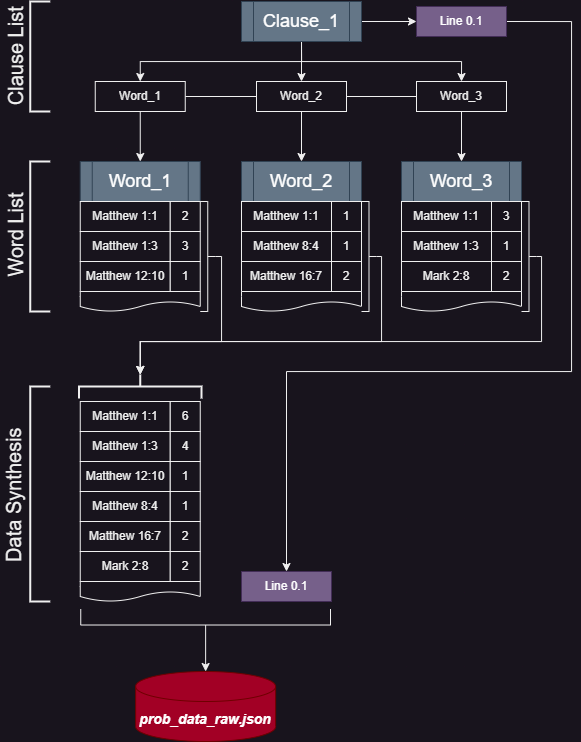
Above: media/prob_data_synthesis.png in TheJellyDonuts/Scripture-Quotation-Identification (draw.io), before the change. Source tidied: cells renumbered, new cells last; positions are measured from the earlier drawing's top-left corner, leaving out a move shared by most shapes. The source it was exported from:
```xml
<mxGraphModel>
  <root>
    <mxCell id="0" />
    <mxCell id="1" parent="0" />
    <mxCell id="2" value="Word_1" style="shape=process;whiteSpace=wrap;html=1;backgroundOutline=1;fontSize=18;fillColor=#647687;fontColor=#ffffff;strokeColor=#314354;" parent="1" vertex="1">
      <mxGeometry x="175.8" y="160" width="120" height="40" as="geometry" />
    </mxCell>
    <mxCell id="3" value="Matthew 1:1" style="rounded=0;whiteSpace=wrap;html=1;" parent="1" vertex="1">
      <mxGeometry x="175.8" y="200" width="90" height="30" as="geometry" />
    </mxCell>
    <mxCell id="4" value="2" style="rounded=0;whiteSpace=wrap;html=1;" parent="1" vertex="1">
      <mxGeometry x="265.8" y="200" width="30" height="30" as="geometry" />
    </mxCell>
    <mxCell id="5" value="Matthew 1:3" style="rounded=0;whiteSpace=wrap;html=1;" parent="1" vertex="1">
      <mxGeometry x="175.8" y="230" width="90" height="30" as="geometry" />
    </mxCell>
    <mxCell id="6" value="3" style="rounded=0;whiteSpace=wrap;html=1;" parent="1" vertex="1">
      <mxGeometry x="265.8" y="230" width="30" height="30" as="geometry" />
    </mxCell>
    <mxCell id="7" value="Matthew 12:10" style="rounded=0;whiteSpace=wrap;html=1;" parent="1" vertex="1">
      <mxGeometry x="175.8" y="260" width="90" height="30" as="geometry" />
    </mxCell>
    <mxCell id="8" value="1" style="rounded=0;whiteSpace=wrap;html=1;" parent="1" vertex="1">
      <mxGeometry x="265.8" y="260" width="30" height="30" as="geometry" />
    </mxCell>
    <mxCell id="9" style="shape=document;whiteSpace=wrap;html=1;boundedLbl=1;size=0.5;" parent="1" vertex="1">
      <mxGeometry x="175.8" y="290" width="120" height="20" as="geometry" />
    </mxCell>
    <mxCell id="10" value="Word_2" style="shape=process;whiteSpace=wrap;html=1;backgroundOutline=1;fontSize=18;fillColor=#647687;fontColor=#ffffff;strokeColor=#314354;" parent="1" vertex="1">
      <mxGeometry x="337" y="160" width="120" height="40" as="geometry" />
    </mxCell>
    <mxCell id="11" value="Matthew 1:1" style="rounded=0;whiteSpace=wrap;html=1;" parent="1" vertex="1">
      <mxGeometry x="337" y="200" width="90" height="30" as="geometry" />
    </mxCell>
    <mxCell id="12" value="1" style="rounded=0;whiteSpace=wrap;html=1;" parent="1" vertex="1">
      <mxGeometry x="427" y="200" width="30" height="30" as="geometry" />
    </mxCell>
    <mxCell id="13" value="Matthew 8:4" style="rounded=0;whiteSpace=wrap;html=1;" parent="1" vertex="1">
      <mxGeometry x="337" y="230" width="90" height="30" as="geometry" />
    </mxCell>
    <mxCell id="14" value="1" style="rounded=0;whiteSpace=wrap;html=1;" parent="1" vertex="1">
      <mxGeometry x="427" y="230" width="30" height="30" as="geometry" />
    </mxCell>
    <mxCell id="15" value="Matthew 16:7" style="rounded=0;whiteSpace=wrap;html=1;" parent="1" vertex="1">
      <mxGeometry x="337" y="260" width="90" height="30" as="geometry" />
    </mxCell>
    <mxCell id="16" value="2" style="rounded=0;whiteSpace=wrap;html=1;" parent="1" vertex="1">
      <mxGeometry x="427" y="260" width="30" height="30" as="geometry" />
    </mxCell>
    <mxCell id="17" style="shape=document;whiteSpace=wrap;html=1;boundedLbl=1;size=0.5;" parent="1" vertex="1">
      <mxGeometry x="337" y="290" width="120" height="20" as="geometry" />
    </mxCell>
    <mxCell id="18" value="Word_3" style="shape=process;whiteSpace=wrap;html=1;backgroundOutline=1;fontSize=18;fillColor=#647687;fontColor=#ffffff;strokeColor=#314354;" parent="1" vertex="1">
      <mxGeometry x="497" y="160" width="120" height="40" as="geometry" />
    </mxCell>
    <mxCell id="19" value="Matthew 1:1" style="rounded=0;whiteSpace=wrap;html=1;" parent="1" vertex="1">
      <mxGeometry x="497" y="200" width="90" height="30" as="geometry" />
    </mxCell>
    <mxCell id="20" value="3" style="rounded=0;whiteSpace=wrap;html=1;" parent="1" vertex="1">
      <mxGeometry x="587" y="200" width="30" height="30" as="geometry" />
    </mxCell>
    <mxCell id="21" value="Matthew 1:3" style="rounded=0;whiteSpace=wrap;html=1;" parent="1" vertex="1">
      <mxGeometry x="497" y="230" width="90" height="30" as="geometry" />
    </mxCell>
    <mxCell id="22" value="1" style="rounded=0;whiteSpace=wrap;html=1;" parent="1" vertex="1">
      <mxGeometry x="587" y="230" width="30" height="30" as="geometry" />
    </mxCell>
    <mxCell id="23" value="Mark 2:8" style="rounded=0;whiteSpace=wrap;html=1;" parent="1" vertex="1">
      <mxGeometry x="497" y="260" width="90" height="30" as="geometry" />
    </mxCell>
    <mxCell id="24" value="2" style="rounded=0;whiteSpace=wrap;html=1;" parent="1" vertex="1">
      <mxGeometry x="587" y="260" width="30" height="30" as="geometry" />
    </mxCell>
    <mxCell id="25" style="shape=document;whiteSpace=wrap;html=1;boundedLbl=1;size=0.5;" parent="1" vertex="1">
      <mxGeometry x="497" y="290" width="120" height="20" as="geometry" />
    </mxCell>
    <mxCell id="26" style="edgeStyle=orthogonalEdgeStyle;rounded=0;jettySize=auto;html=1;exitX=1;exitY=0.5;exitDx=0;exitDy=0;entryX=0.5;entryY=0;entryDx=0;entryDy=0;" parent="1" edge="1" source="27" target="65">
      <mxGeometry relative="1" as="geometry">
        <Array as="points">
          <mxPoint x="667" y="20" />
          <mxPoint x="667" y="370" />
          <mxPoint x="382" y="370" />
        </Array>
      </mxGeometry>
    </mxCell>
    <mxCell id="27" value="Line 0.1" style="rounded=0;whiteSpace=wrap;html=1;fillColor=#76608a;fontColor=#ffffff;strokeColor=#432D57;" parent="1" vertex="1">
      <mxGeometry x="512" y="5" width="90" height="30" as="geometry" />
    </mxCell>
    <mxCell id="28" style="edgeStyle=orthogonalEdgeStyle;rounded=0;jettySize=auto;html=1;exitX=1;exitY=0.5;exitDx=0;exitDy=0;entryX=0;entryY=0.5;entryDx=0;entryDy=0;" parent="1" edge="1" source="32" target="27">
      <mxGeometry relative="1" as="geometry" />
    </mxCell>
    <mxCell id="29" style="edgeStyle=orthogonalEdgeStyle;rounded=0;jettySize=auto;html=1;exitX=0.5;exitY=1;exitDx=0;exitDy=0;entryX=0.5;entryY=0;entryDx=0;entryDy=0;" parent="1" edge="1" source="32" target="35">
      <mxGeometry relative="1" as="geometry" />
    </mxCell>
    <mxCell id="30" style="edgeStyle=orthogonalEdgeStyle;rounded=0;jettySize=auto;html=1;exitX=0.5;exitY=1;exitDx=0;exitDy=0;entryX=0.5;entryY=0;entryDx=0;entryDy=0;" parent="1" edge="1" source="32" target="38">
      <mxGeometry relative="1" as="geometry" />
    </mxCell>
    <mxCell id="31" style="edgeStyle=orthogonalEdgeStyle;rounded=0;jettySize=auto;html=1;exitX=0.5;exitY=1;exitDx=0;exitDy=0;entryX=0.5;entryY=0;entryDx=0;entryDy=0;" parent="1" edge="1" source="32" target="40">
      <mxGeometry relative="1" as="geometry" />
    </mxCell>
    <mxCell id="32" value="Clause_1" style="shape=process;whiteSpace=wrap;html=1;backgroundOutline=1;fontSize=18;fillColor=#647687;fontColor=#ffffff;strokeColor=#314354;" parent="1" vertex="1">
      <mxGeometry x="337" width="120" height="40" as="geometry" />
    </mxCell>
    <mxCell id="33" style="edgeStyle=orthogonalEdgeStyle;rounded=0;jettySize=auto;html=1;exitX=0.5;exitY=1;exitDx=0;exitDy=0;entryX=0.5;entryY=0;entryDx=0;entryDy=0;" parent="1" edge="1" source="35" target="2">
      <mxGeometry relative="1" as="geometry" />
    </mxCell>
    <mxCell id="34" style="edgeStyle=orthogonalEdgeStyle;rounded=0;jettySize=auto;html=1;exitX=1;exitY=0.5;exitDx=0;exitDy=0;entryX=0;entryY=0.5;entryDx=0;entryDy=0;endArrow=none;endFill=0;" parent="1" edge="1" source="35" target="38">
      <mxGeometry relative="1" as="geometry" />
    </mxCell>
    <mxCell id="35" value="Word_1" style="rounded=0;whiteSpace=wrap;html=1;" parent="1" vertex="1">
      <mxGeometry x="190.8" y="80" width="90" height="30" as="geometry" />
    </mxCell>
    <mxCell id="36" style="edgeStyle=orthogonalEdgeStyle;rounded=0;jettySize=auto;html=1;exitX=0.5;exitY=1;exitDx=0;exitDy=0;entryX=0.5;entryY=0;entryDx=0;entryDy=0;" parent="1" edge="1" source="38" target="10">
      <mxGeometry relative="1" as="geometry" />
    </mxCell>
    <mxCell id="37" style="edgeStyle=orthogonalEdgeStyle;rounded=0;jettySize=auto;html=1;exitX=1;exitY=0.5;exitDx=0;exitDy=0;entryX=0;entryY=0.5;entryDx=0;entryDy=0;endArrow=none;endFill=0;" parent="1" edge="1" source="38" target="40">
      <mxGeometry relative="1" as="geometry" />
    </mxCell>
    <mxCell id="38" value="Word_2" style="rounded=0;whiteSpace=wrap;html=1;" parent="1" vertex="1">
      <mxGeometry x="352" y="80" width="90" height="30" as="geometry" />
    </mxCell>
    <mxCell id="39" style="edgeStyle=orthogonalEdgeStyle;rounded=0;jettySize=auto;html=1;exitX=0.5;exitY=1;exitDx=0;exitDy=0;entryX=0.5;entryY=0;entryDx=0;entryDy=0;" parent="1" edge="1" source="40" target="18">
      <mxGeometry relative="1" as="geometry" />
    </mxCell>
    <mxCell id="40" value="Word_3" style="rounded=0;whiteSpace=wrap;html=1;" parent="1" vertex="1">
      <mxGeometry x="512" y="80" width="90" height="30" as="geometry" />
    </mxCell>
    <mxCell id="41" style="strokeWidth=2;html=1;shape=mxgraph.flowchart.annotation_1;align=left;" parent="1" vertex="1">
      <mxGeometry x="125.8" width="20" height="110" as="geometry" />
    </mxCell>
    <mxCell id="42" value="Clause List" style="text;html=1;strokeColor=none;fillColor=none;align=center;verticalAlign=middle;whiteSpace=wrap;rounded=0;rotation=-90;fontSize=20;" parent="1" vertex="1">
      <mxGeometry x="55.8" y="40" width="110" height="30" as="geometry" />
    </mxCell>
    <mxCell id="43" style="strokeWidth=2;html=1;shape=mxgraph.flowchart.annotation_1;align=left;" parent="1" vertex="1">
      <mxGeometry x="125.8" y="160" width="20" height="150" as="geometry" />
    </mxCell>
    <mxCell id="44" value="Word List" style="text;html=1;strokeColor=none;fillColor=none;align=center;verticalAlign=middle;whiteSpace=wrap;rounded=0;rotation=-90;fontSize=20;" parent="1" vertex="1">
      <mxGeometry x="37" y="218.8" width="147.5" height="30" as="geometry" />
    </mxCell>
    <mxCell id="45" style="edgeStyle=orthogonalEdgeStyle;rounded=0;jettySize=auto;html=1;exitX=0;exitY=0.5;exitDx=0;exitDy=0;exitPerimeter=0;entryX=0;entryY=0.5;entryDx=0;entryDy=0;entryPerimeter=0;" parent="1" edge="1" source="46" target="64">
      <mxGeometry relative="1" as="geometry">
        <Array as="points">
          <mxPoint x="317" y="255" />
          <mxPoint x="317" y="340" />
          <mxPoint x="236" y="340" />
        </Array>
      </mxGeometry>
    </mxCell>
    <mxCell id="46" style="strokeWidth=1;html=1;shape=mxgraph.flowchart.annotation_2;align=left;labelPosition=right;rotation=-180;" parent="1" vertex="1">
      <mxGeometry x="295.8" y="200" width="15" height="110" as="geometry" />
    </mxCell>
    <mxCell id="47" style="edgeStyle=orthogonalEdgeStyle;rounded=0;jettySize=auto;html=1;exitX=0;exitY=0.5;exitDx=0;exitDy=0;exitPerimeter=0;entryX=0;entryY=0.5;entryDx=0;entryDy=0;entryPerimeter=0;" parent="1" edge="1" source="48" target="64">
      <mxGeometry relative="1" as="geometry">
        <Array as="points">
          <mxPoint x="477" y="255" />
          <mxPoint x="477" y="340" />
          <mxPoint x="236" y="340" />
        </Array>
      </mxGeometry>
    </mxCell>
    <mxCell id="48" style="strokeWidth=1;html=1;shape=mxgraph.flowchart.annotation_2;align=left;labelPosition=right;rotation=-180;" parent="1" vertex="1">
      <mxGeometry x="457" y="200" width="15" height="110" as="geometry" />
    </mxCell>
    <mxCell id="49" style="edgeStyle=orthogonalEdgeStyle;rounded=0;jettySize=auto;html=1;exitX=0;exitY=0.5;exitDx=0;exitDy=0;exitPerimeter=0;entryX=0;entryY=0.5;entryDx=0;entryDy=0;entryPerimeter=0;" parent="1" edge="1" source="50" target="64">
      <mxGeometry relative="1" as="geometry">
        <Array as="points">
          <mxPoint x="637" y="255" />
          <mxPoint x="637" y="340" />
          <mxPoint x="236" y="340" />
        </Array>
      </mxGeometry>
    </mxCell>
    <mxCell id="50" style="strokeWidth=1;html=1;shape=mxgraph.flowchart.annotation_2;align=left;labelPosition=right;rotation=-180;" parent="1" vertex="1">
      <mxGeometry x="617" y="200" width="15" height="110" as="geometry" />
    </mxCell>
    <mxCell id="51" value="Matthew 1:1" style="rounded=0;whiteSpace=wrap;html=1;" parent="1" vertex="1">
      <mxGeometry x="175.8" y="400" width="90" height="30" as="geometry" />
    </mxCell>
    <mxCell id="52" value="6" style="rounded=0;whiteSpace=wrap;html=1;" parent="1" vertex="1">
      <mxGeometry x="265.8" y="400" width="30" height="30" as="geometry" />
    </mxCell>
    <mxCell id="53" value="Matthew 1:3" style="rounded=0;whiteSpace=wrap;html=1;" parent="1" vertex="1">
      <mxGeometry x="175.8" y="430" width="90" height="30" as="geometry" />
    </mxCell>
    <mxCell id="54" value="4" style="rounded=0;whiteSpace=wrap;html=1;" parent="1" vertex="1">
      <mxGeometry x="265.8" y="430" width="30" height="30" as="geometry" />
    </mxCell>
    <mxCell id="55" value="Matthew 12:10" style="rounded=0;whiteSpace=wrap;html=1;" parent="1" vertex="1">
      <mxGeometry x="175.8" y="460" width="90" height="30" as="geometry" />
    </mxCell>
    <mxCell id="56" value="1" style="rounded=0;whiteSpace=wrap;html=1;" parent="1" vertex="1">
      <mxGeometry x="265.8" y="460" width="30" height="30" as="geometry" />
    </mxCell>
    <mxCell id="57" value="Matthew 8:4" style="rounded=0;whiteSpace=wrap;html=1;" parent="1" vertex="1">
      <mxGeometry x="175.8" y="490" width="90" height="30" as="geometry" />
    </mxCell>
    <mxCell id="58" value="1" style="rounded=0;whiteSpace=wrap;html=1;" parent="1" vertex="1">
      <mxGeometry x="265.8" y="490" width="30" height="30" as="geometry" />
    </mxCell>
    <mxCell id="59" value="Matthew 16:7" style="rounded=0;whiteSpace=wrap;html=1;" parent="1" vertex="1">
      <mxGeometry x="175.8" y="520" width="90" height="30" as="geometry" />
    </mxCell>
    <mxCell id="60" value="2" style="rounded=0;whiteSpace=wrap;html=1;" parent="1" vertex="1">
      <mxGeometry x="265.8" y="520" width="30" height="30" as="geometry" />
    </mxCell>
    <mxCell id="61" value="Mark 2:8" style="rounded=0;whiteSpace=wrap;html=1;" parent="1" vertex="1">
      <mxGeometry x="175.8" y="550" width="90" height="30" as="geometry" />
    </mxCell>
    <mxCell id="62" value="2" style="rounded=0;whiteSpace=wrap;html=1;" parent="1" vertex="1">
      <mxGeometry x="265.8" y="550" width="30" height="30" as="geometry" />
    </mxCell>
    <mxCell id="63" style="shape=document;whiteSpace=wrap;html=1;boundedLbl=1;size=0.5;" parent="1" vertex="1">
      <mxGeometry x="175.8" y="580" width="120" height="20" as="geometry" />
    </mxCell>
    <mxCell id="64" style="strokeWidth=2;html=1;shape=mxgraph.flowchart.annotation_2;align=left;labelPosition=right;rotation=90;" parent="1" vertex="1">
      <mxGeometry x="223.8" y="323.8" width="24" height="122.5" as="geometry" />
    </mxCell>
    <mxCell id="65" value="Line 0.1" style="rounded=0;whiteSpace=wrap;html=1;fillColor=#76608a;fontColor=#ffffff;strokeColor=#432D57;" parent="1" vertex="1">
      <mxGeometry x="337" y="570" width="90" height="30" as="geometry" />
    </mxCell>
    <mxCell id="66" style="strokeWidth=2;html=1;shape=mxgraph.flowchart.annotation_1;align=left;" parent="1" vertex="1">
      <mxGeometry x="125.8" y="385" width="20" height="215" as="geometry" />
    </mxCell>
    <mxCell id="67" value="Data Synthesis" style="text;html=1;strokeColor=none;fillColor=none;align=center;verticalAlign=middle;whiteSpace=wrap;rounded=0;rotation=-90;fontSize=20;" parent="1" vertex="1">
      <mxGeometry x="0.1" y="480.6" width="217.5" height="26.2" as="geometry" />
    </mxCell>
    <mxCell id="68" style="edgeStyle=orthogonalEdgeStyle;rounded=0;jettySize=auto;html=1;exitX=0;exitY=0.5;exitDx=0;exitDy=0;exitPerimeter=0;entryX=0.5;entryY=0;entryDx=0;entryDy=0;entryPerimeter=0;" parent="1" edge="1" source="69" target="70">
      <mxGeometry relative="1" as="geometry" />
    </mxCell>
    <mxCell id="69" style="strokeWidth=1;html=1;shape=mxgraph.flowchart.annotation_2;align=left;labelPosition=right;rotation=-90;" parent="1" vertex="1">
      <mxGeometry x="285.1" y="498.6" width="32" height="249.8" as="geometry" />
    </mxCell>
    <mxCell id="70" value="&lt;i&gt;&lt;font style=&quot;font-size: 14px;&quot;&gt;&lt;b&gt;prob_data_raw.json&lt;/b&gt;&lt;/font&gt;&lt;/i&gt;" style="shape=cylinder3;whiteSpace=wrap;html=1;boundedLbl=1;backgroundOutline=1;size=15;fillColor=#a20025;fontColor=#ffffff;strokeColor=#6F0000;" parent="1" vertex="1">
      <mxGeometry x="231.1" y="670" width="140" height="70" as="geometry" />
    </mxCell>
  </root>
</mxGraphModel>
```
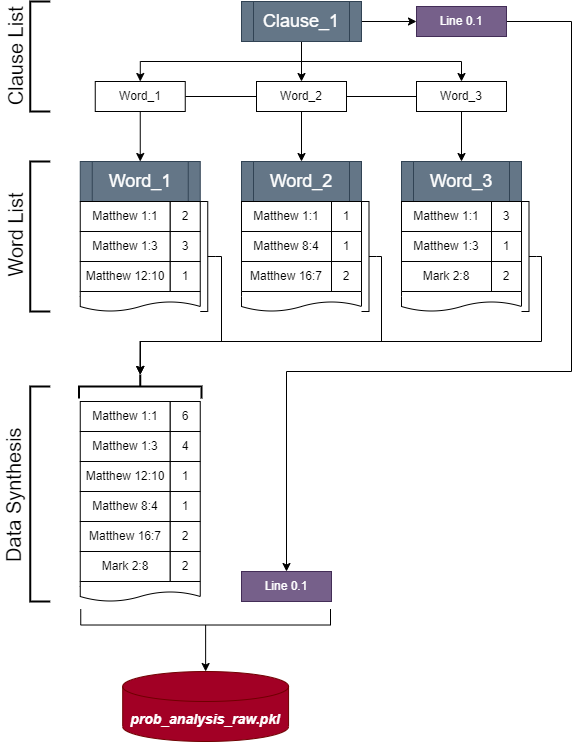
The same diagram one commit later.

What changed in the source:
```diff
@@ -230,8 +230,8 @@
     <mxCell id="69" style="strokeWidth=1;html=1;shape=mxgraph.flowchart.annotation_2;align=left;labelPosition=right;rotation=-90;" parent="1" vertex="1">
       <mxGeometry x="285.1" y="498.6" width="32" height="249.8" as="geometry" />
     </mxCell>
-    <mxCell id="70" value="&lt;i&gt;&lt;font style=&quot;font-size: 14px;&quot;&gt;&lt;b&gt;prob_data_raw.json&lt;/b&gt;&lt;/font&gt;&lt;/i&gt;" style="shape=cylinder3;whiteSpace=wrap;html=1;boundedLbl=1;backgroundOutline=1;size=15;fillColor=#a20025;fontColor=#ffffff;strokeColor=#6F0000;" parent="1" vertex="1">
-      <mxGeometry x="231.1" y="670" width="140" height="70" as="geometry" />
+    <mxCell id="70" value="&lt;i&gt;&lt;font style=&quot;font-size: 14px;&quot;&gt;&lt;b&gt;prob_analysis_raw.pkl&lt;/b&gt;&lt;/font&gt;&lt;/i&gt;" style="shape=cylinder3;whiteSpace=wrap;html=1;boundedLbl=1;backgroundOutline=1;size=15;fillColor=#a20025;fontColor=#ffffff;strokeColor=#6F0000;" parent="1" vertex="1">
+      <mxGeometry x="218.2" y="670" width="165.9" height="70" as="geometry" />
     </mxCell>
   </root>
 </mxGraphModel>
```
